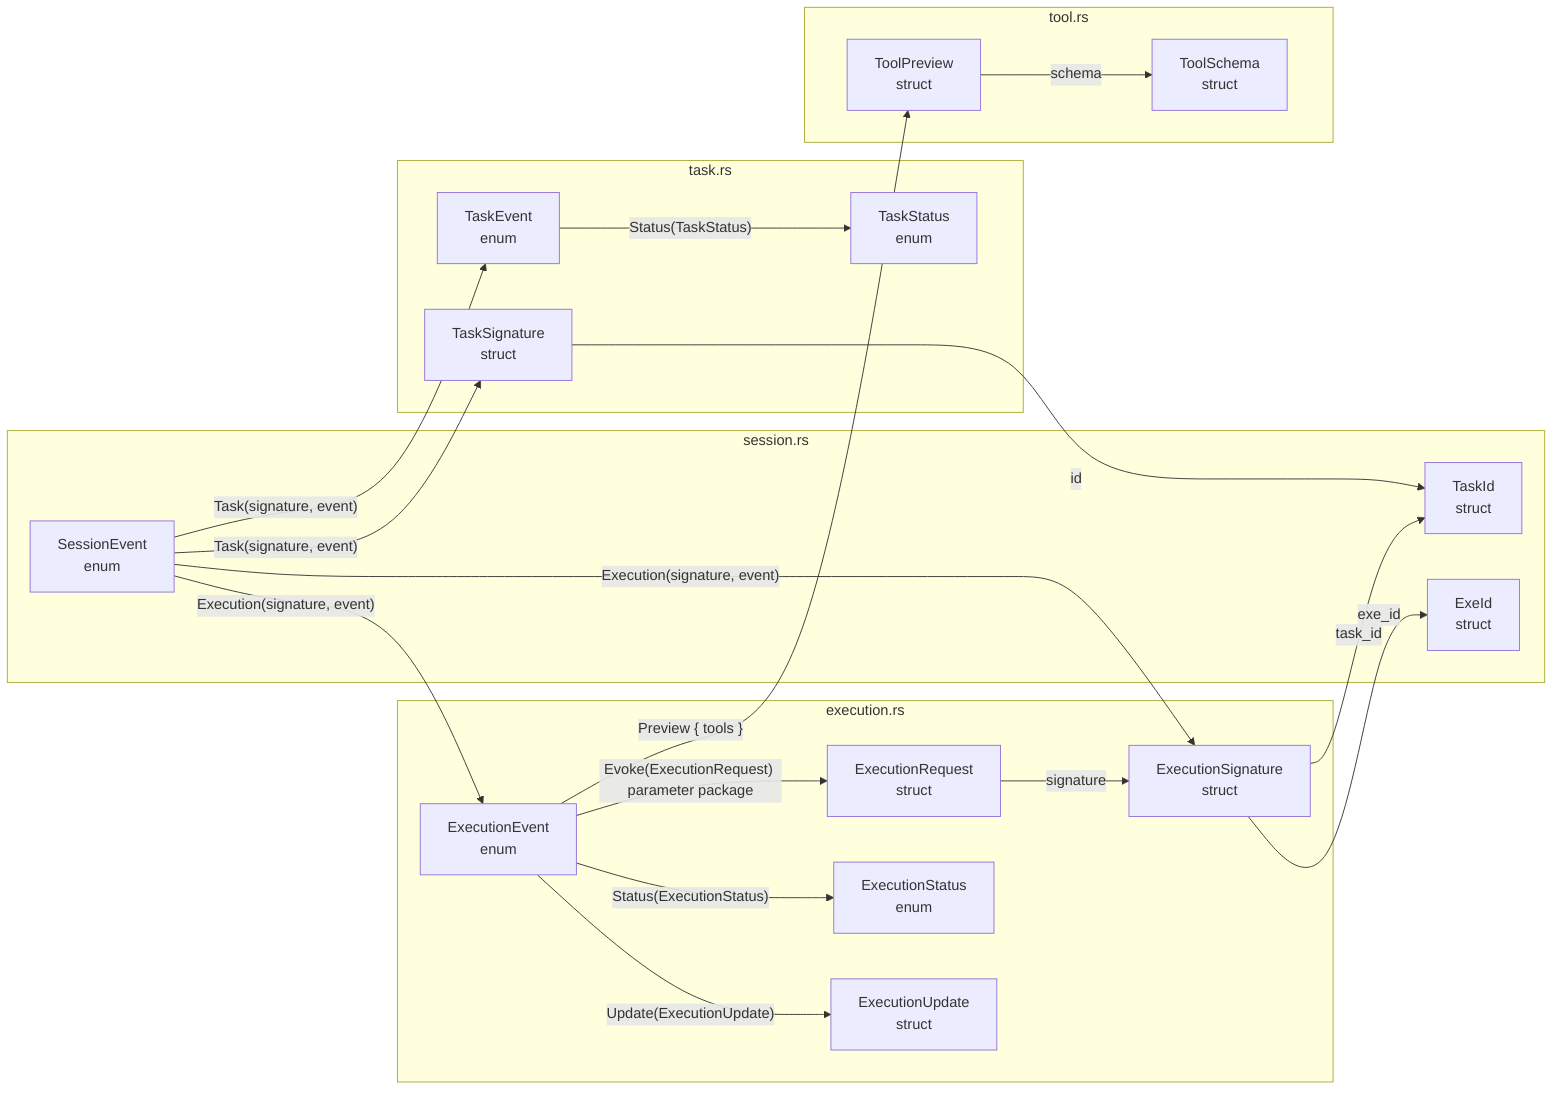
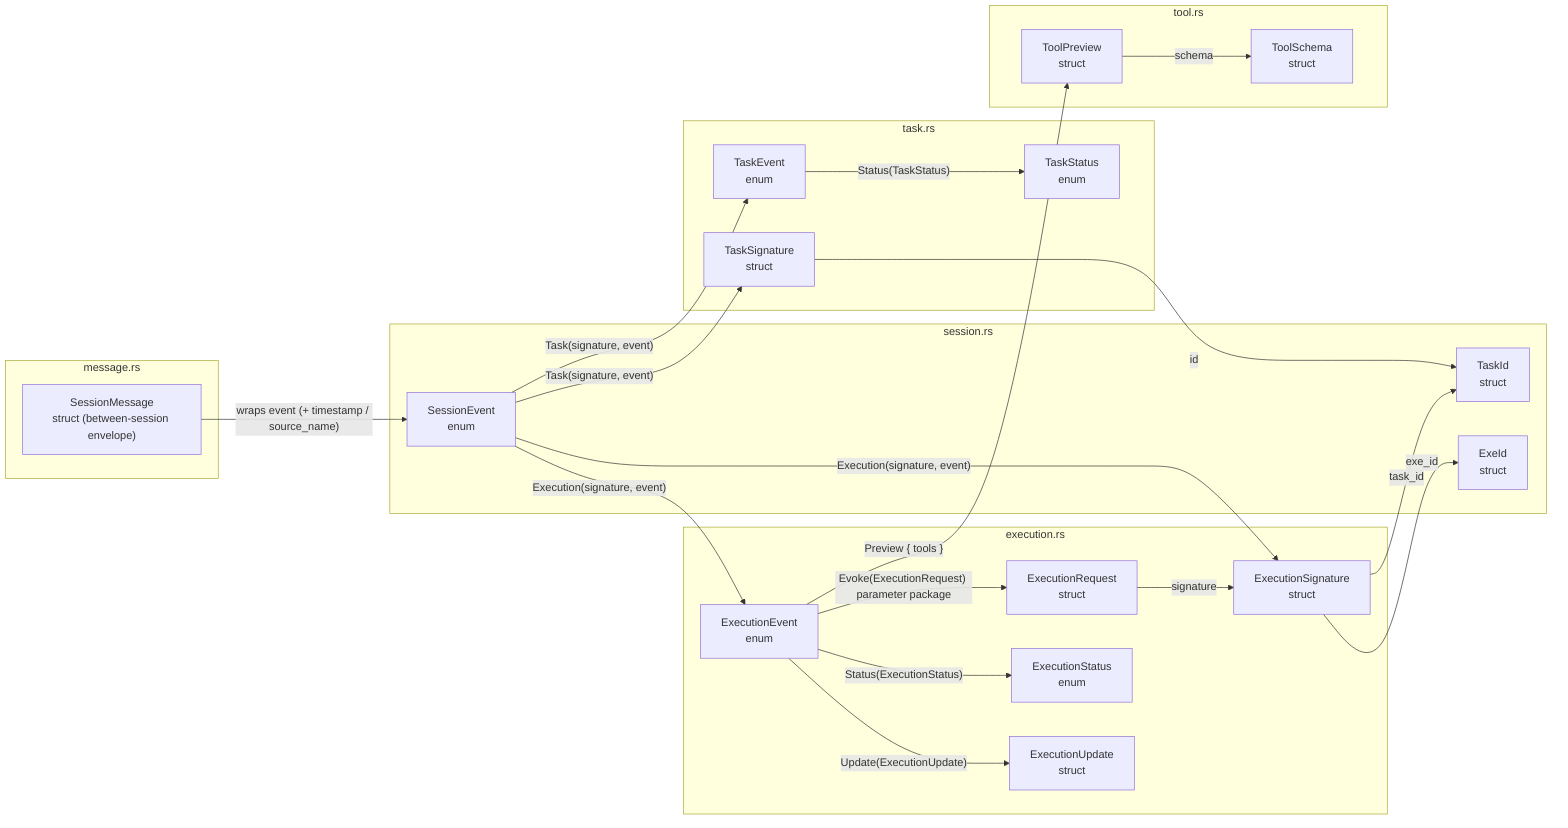
flowchart LR
  %% mod.rs only declares child files and re-exports the protocol surface.
  subgraph session_rs[session.rs]
    SessionEvent["SessionEvent\nenum"]
    TaskId["TaskId\nstruct"]
    ExeId["ExeId\nstruct"]
  end

  subgraph task_rs[task.rs]
    TaskSignature["TaskSignature\nstruct"]
    TaskEvent["TaskEvent\nenum"]
    TaskStatus["TaskStatus\nenum"]
  end

  subgraph execution_rs[execution.rs]
    ExecutionSignature["ExecutionSignature\nstruct"]
    ExecutionEvent["ExecutionEvent\nenum"]
    ExecutionRequest["ExecutionRequest\nstruct"]
    ExecutionStatus["ExecutionStatus\nenum"]
    ExecutionUpdate["ExecutionUpdate\nstruct"]
  end

  subgraph tool_rs[tool.rs]
    ToolPreview["ToolPreview\nstruct"]
    ToolSchema["ToolSchema\nstruct"]
  end

+   subgraph message_rs[message.rs]
+     SessionMessage["SessionMessage\nstruct (between-session envelope)"]
+   end
+ 
  SessionEvent -->|"Task(signature, event)"| TaskSignature
  SessionEvent -->|"Task(signature, event)"| TaskEvent
  SessionEvent -->|"Execution(signature, event)"| ExecutionSignature
  SessionEvent -->|"Execution(signature, event)"| ExecutionEvent
  TaskSignature -->|"id"| TaskId
  TaskEvent -->|"Status(TaskStatus)"| TaskStatus
  ExecutionSignature -->|"task_id"| TaskId
  ExecutionSignature -->|"exe_id"| ExeId
  ExecutionEvent -->|"Preview { tools }"| ToolPreview
  ToolPreview -->|"schema"| ToolSchema
  ExecutionEvent -->|"Evoke(ExecutionRequest) parameter package"| ExecutionRequest
  ExecutionEvent -->|"Status(ExecutionStatus)"| ExecutionStatus
  ExecutionEvent -->|"Update(ExecutionUpdate)"| ExecutionUpdate
  ExecutionRequest -->|"signature"| ExecutionSignature
+   SessionMessage -->|"wraps event (+ timestamp / source_name)"| SessionEvent
